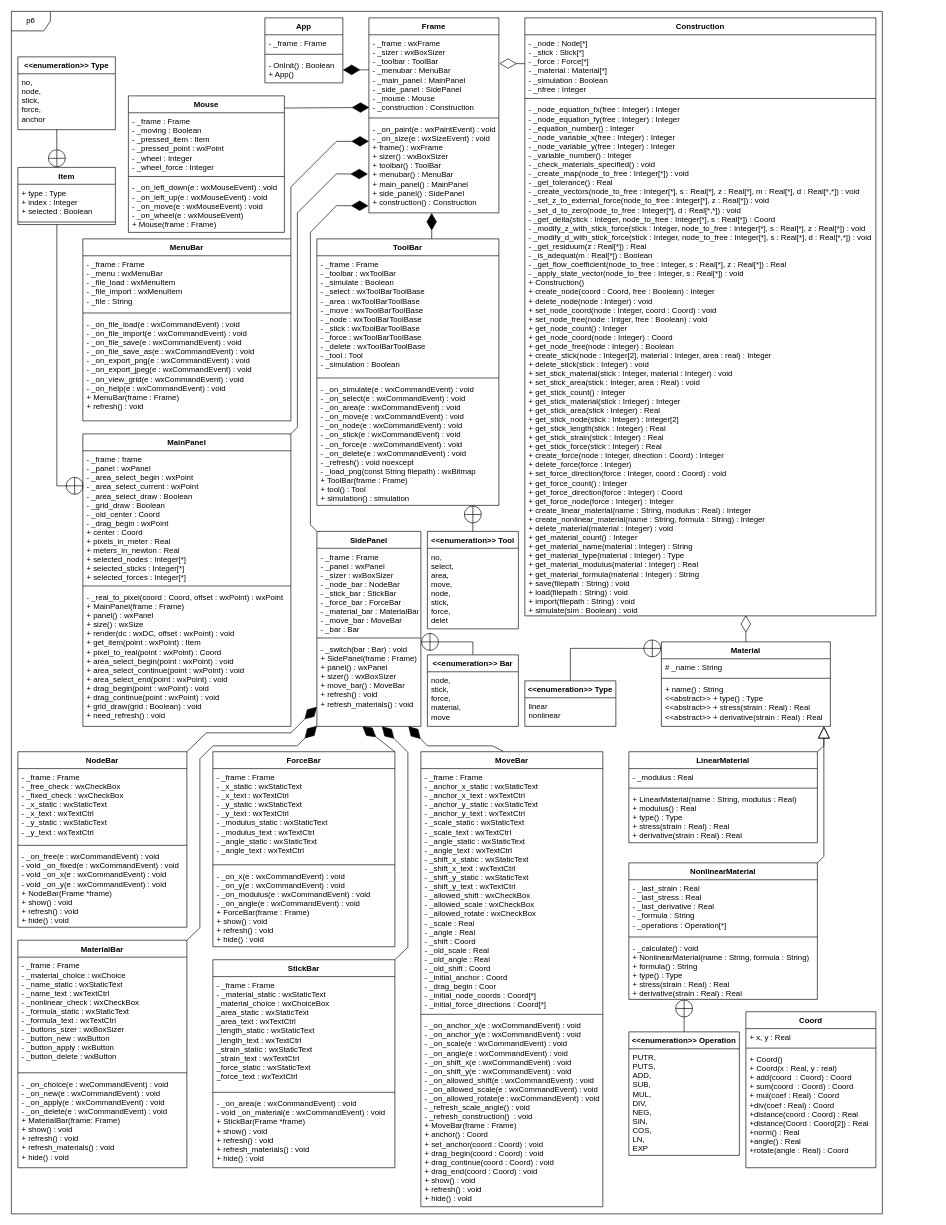
Earlier version of the draw.io diagram class_diagram.drawio (kyrylo-sovailo/P6). Source tidied: cells renumbered, new cells numbered last; positions are measured from the earlier drawing's top-left corner, leaving out a move shared by most shapes. Both pictures are drawn from the tidied source at 65%, with x=0, y=0 at pixel (11, 11).
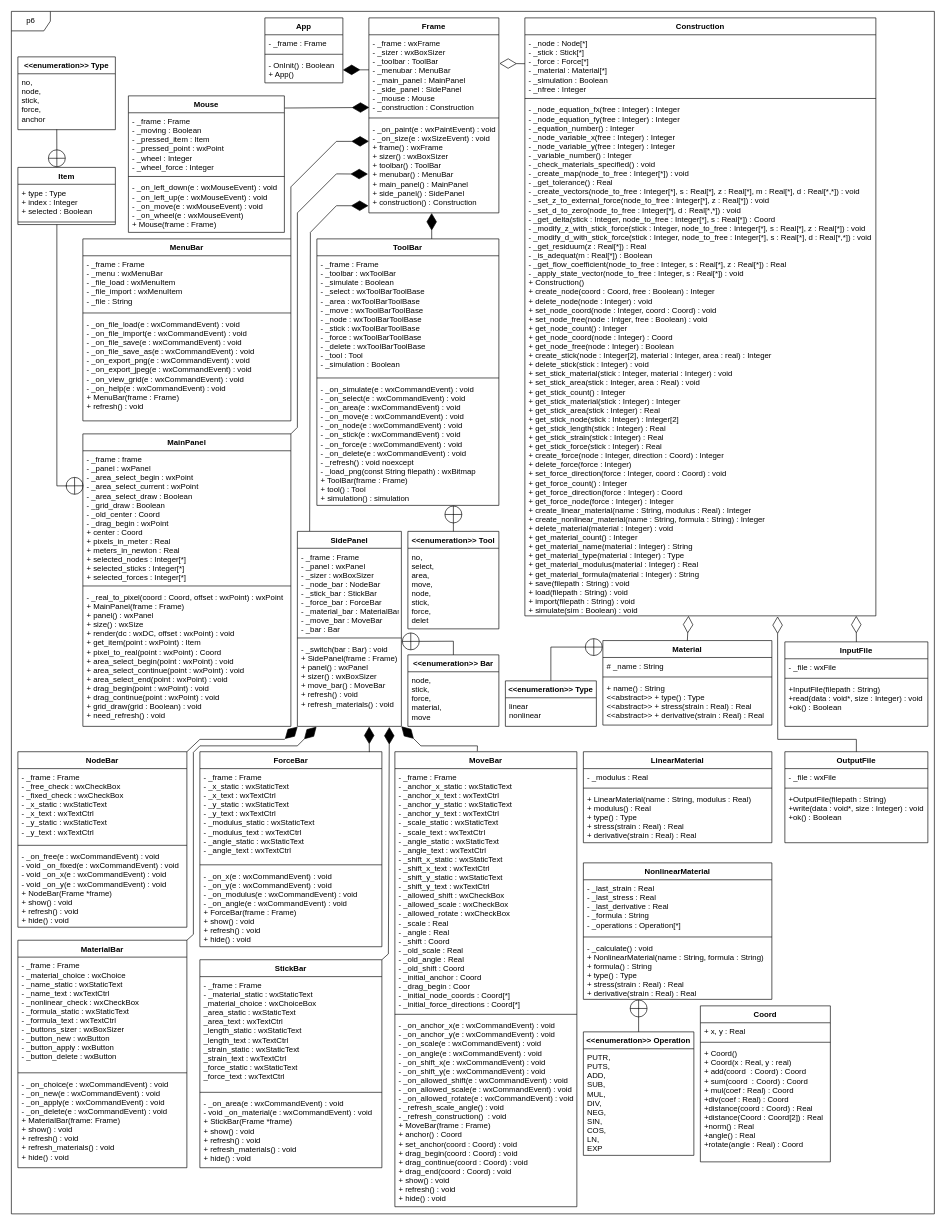
Above is the later version.

The change refers to these unchanged cells:
```xml
<mxCell id="6" value="- _node_equation_fx(free : Integer) : Integer&#10;- _node_equation_fy(free : Integer) : Integer&#10;- _equation_number() : Integer&#10;- _node_variable_x(free : Integer) : Integer&#10;- _node_variable_y(free : Integer) : Integer&#10;- _variable_number() : Integer&#10;- _check_materials_specified() : void&#10;- _create_map(node_to_free : Integer[*]) : void&#10;- _get_tolerance() : Real&#10;- _create_vectors(node_to_free : Integer[*], s : Real[*], z : Real[*], m : Real[*], d : Real[*,*]) : void&#10;- _set_z_to_external_force(node_to_free : Integer[*], z : Real[*]) : void&#10;- _set_d_to_zero(node_to_free : Integer[*], d : Real[*,*]) : void&#10;- _get_delta(stick : Integer, node_to_free : Integer[*], s : Real[*]) : Coord&#10;- _modify_z_with_stick_force(stick : Integer, node_to_free : Integer[*], s : Real[*], z : Real[*]) : void&#10;- _modify_d_with_stick_force(stick : Integer, node_to_free : Integer[*], s : Real[*], d : Real[*,*]) : void&#10;- _get_residuum(z : Real[*]) : Real&#10;- _is_adequat(m : Real[*]) : Boolean&#10;- _get_flow_coefficient(node_to_free : Integer, s : Real[*], z : Real[*]) : Real&#10;- _apply_state_vector(node_to_free : Integer, s : Real[*]) : void&#10;+ Construction()&#10;+ create_node(coord : Coord, free : Boolean) : Integer&#10;+ delete_node(node : Integer) : void&#10;+ set_node_coord(node : Integer, coord : Coord) : void&#10;+ set_node_free(node : Intger, free : Boolean) : void&#10;+ get_node_count() : Integer&#10;+ get_node_coord(node : Integer) : Coord&#10;+ get_node_free(node : Integer) : Boolean&#10;+ create_stick(node : Integer[2], material : Integer, area : real) : Integer&#10;+ delete_stick(stick : Integer) : void&#10;+ set_stick_material(stick : Integer, material : Integer) : void&#10;+ set_stick_area(stick : Integer, area : Real) : void&#10;+ get_stick_count() : Integer&#10;+ get_stick_material(stick : Integer) : Integer&#10;+ get_stick_area(stick : Integer) : Real&#10;+ get_stick_node(stick : Integer) : Integer[2]&#10;+ get_stick_length(stick : Integer) : Real&#10;+ get_stick_strain(stick : Integer) : Real&#10;+ get_stick_force(stick : Integer) : Real&#10;+ create_force(node : Integer, direction : Coord) : Integer&#10;+ delete_force(force : Integer)&#10;+ set_force_direction(force : Integer, coord : Coord) : void&#10;+ get_force_count() : Integer&#10;+ get_force_direction(force : Integer) : Coord&#10;+ get_force_node(force : Integer) : Integer&#10;+ create_linear_material(name : String, modulus : Real) : Integer&#10;+ create_nonlinear_material(name : String, formula : String) : Integer&#10;+ delete_material(material : Integer) : void&#10;+ get_material_count() : Integer&#10;+ get_material_name(material : Integer) : String&#10;+ get_material_type(material : Integer) : Type&#10;+ get_material_modulus(material : Integer) : Real&#10;+ get_material_formula(material : Integer) : String&#10;+ save(filepath : String) : void&#10;+ load(filepath : String) : void&#10;+ import(filepath : String) : void&#10;+ simulate(sim : Boolean) : void" style="text;strokeColor=none;fillColor=none;align=left;verticalAlign=top;spacingLeft=4;spacingRight=4;overflow=hidden;points=[[0,0.5],[1,0.5]];portConstraint=eastwest;" parent="3" vertex="1">
  <mxGeometry y="128" width="540" height="792" as="geometry" />
</mxCell>
<mxCell id="22" value="- _on_paint(e : wxPaintEvent) : void&#10;- _on_size(e : wxSizeEvent) : void&#10;+ frame() : wxFrame&#10;+ sizer() : wxBoxSizer&#10;+ toolbar() : ToolBar&#10;+ menubar() : MenuBar&#10;+ main_panel() : MainPanel&#10;+ side_panel() : SidePanel&#10;+ construction() : Construction" style="text;strokeColor=none;fillColor=none;align=left;verticalAlign=top;spacingLeft=4;spacingRight=4;overflow=hidden;points=[[0,0.5],[1,0.5]];portConstraint=eastwest;" parent="19" vertex="1">
  <mxGeometry y="158" width="200" height="142" as="geometry" />
</mxCell>
<mxCell id="34" value="+ name() : String&#10;&lt;&lt;abstract&gt;&gt; + type() : Type&#10;&lt;&lt;abstract&gt;&gt; + stress(strain : Real) : Real&#10;&lt;&lt;abstract&gt;&gt; + derivative(strain : Real) : Real" style="text;strokeColor=none;fillColor=none;align=left;verticalAlign=top;spacingLeft=4;spacingRight=4;overflow=hidden;points=[[0,0.5],[1,0.5]];portConstraint=eastwest;" parent="31" vertex="1">
  <mxGeometry y="60" width="260" height="70" as="geometry" />
</mxCell>
<mxCell id="35" value="MaterialBar" style="swimlane;fontStyle=1;align=center;verticalAlign=top;horizontal=1;startSize=26;" parent="1" vertex="1">
  <mxGeometry x="10" y="1429" width="260" height="350" as="geometry" />
</mxCell>
<mxCell id="51" value="NodeBar" style="swimlane;fontStyle=1;align=center;verticalAlign=top;horizontal=1;startSize=26;" parent="1" vertex="1">
  <mxGeometry x="10" y="1139" width="260" height="270" as="geometry" />
</mxCell>
<mxCell id="62" value="- _switch(bar : Bar) : void&#10;+ SidePanel(frame : Frame)&#10;+ panel() : wxPanel&#10;+ sizer() : wxBoxSizer&#10;+ move_bar() : MoveBar&#10;+ refresh() : void&#10;+ refresh_materials() : void" style="text;strokeColor=none;fillColor=none;align=left;verticalAlign=top;spacingLeft=4;spacingRight=4;overflow=hidden;points=[[0,0.5],[1,0.5]];portConstraint=eastwest;" parent="59" vertex="1">
  <mxGeometry y="168" width="160" height="132" as="geometry" />
</mxCell>
<mxCell id="67" value="ToolBar" style="swimlane;fontStyle=1;align=center;verticalAlign=top;horizontal=1;startSize=26;" parent="1" vertex="1">
  <mxGeometry x="470" y="350" width="280" height="410" as="geometry" />
</mxCell>
<mxCell id="70" value="- _on_simulate(e : wxCommandEvent) : void&#10;- _on_select(e : wxCommandEvent) : void&#10;- _on_area(e : wxCommandEvent) : void&#10;- _on_move(e : wxCommandEvent) : void&#10;- _on_node(e : wxCommandEvent) : void&#10;- _on_stick(e : wxCommandEvent) : void&#10;- _on_force(e : wxCommandEvent) : void&#10;- _on_delete(e : wxCommandEvent) : void&#10;- _refresh() : void noexcept&#10;- _load_png(const String filepath) : wxBitmap&#10;+ ToolBar(frame : Frame)&#10;+ tool() : Tool&#10;+ simulation() : simulation" style="text;strokeColor=none;fillColor=none;align=left;verticalAlign=top;spacingLeft=4;spacingRight=4;overflow=hidden;points=[[0,0.5],[1,0.5]];portConstraint=eastwest;" parent="67" vertex="1">
  <mxGeometry y="218" width="280" height="192" as="geometry" />
</mxCell>
```

The edit, as a diff of the source:
```diff
@@
     <mxCell id="2" value="p6" style="shape=umlFrame;whiteSpace=wrap;html=1;" parent="1" vertex="1">
-      <mxGeometry width="1340" height="1850" as="geometry" />
+      <mxGeometry width="1420" height="1850" as="geometry" />
     </mxCell>
@@
     <mxCell id="7" value="Coord" style="swimlane;fontStyle=1;align=center;verticalAlign=top;horizontal=1;startSize=26;" parent="1" vertex="1">
-      <mxGeometry x="1130" y="1539" width="200" height="240" as="geometry" />
+      <mxGeometry x="1060" y="1530" width="200" height="240" as="geometry" />
     </mxCell>
@@
     <mxCell id="15" value="ForceBar" style="swimlane;fontStyle=1;align=center;verticalAlign=top;horizontal=1;startSize=26;" parent="1" vertex="1">
-      <mxGeometry x="310" y="1139" width="280" height="300" as="geometry" />
+      <mxGeometry x="290" y="1139" width="280" height="300" as="geometry" />
     </mxCell>
@@
     <mxCell id="23" value="LinearMaterial" style="swimlane;fontStyle=1;align=center;verticalAlign=top;horizontal=1;startSize=26;" parent="1" vertex="1">
-      <mxGeometry x="950" y="1139" width="290" height="140" as="geometry" />
+      <mxGeometry x="880" y="1139" width="290" height="140" as="geometry" />
     </mxCell>
@@
     <mxCell id="31" value="Material" style="swimlane;fontStyle=1;align=center;verticalAlign=top;horizontal=1;startSize=26;" parent="1" vertex="1">
-      <mxGeometry x="1000" y="970" width="260" height="130" as="geometry" />
+      <mxGeometry x="910" y="968" width="260" height="130" as="geometry" />
     </mxCell>
@@
     <mxCell id="47" value="MoveBar" style="swimlane;fontStyle=1;align=center;verticalAlign=top;horizontal=1;startSize=26;" parent="1" vertex="1">
-      <mxGeometry x="630" y="1139" width="280" height="700" as="geometry" />
+      <mxGeometry x="590" y="1139" width="280" height="700" as="geometry" />
     </mxCell>
@@
     <mxCell id="55" value="NonlinearMaterial" style="swimlane;fontStyle=1;align=center;verticalAlign=top;horizontal=1;startSize=26;" parent="1" vertex="1">
-      <mxGeometry x="950" y="1310" width="290" height="210" as="geometry" />
+      <mxGeometry x="880" y="1310" width="290" height="210" as="geometry" />
     </mxCell>
@@
     <mxCell id="59" value="SidePanel" style="swimlane;fontStyle=1;align=center;verticalAlign=top;horizontal=1;startSize=26;" parent="1" vertex="1">
-      <mxGeometry x="470" y="800" width="160" height="300" as="geometry" />
+      <mxGeometry x="440" y="800" width="160" height="300" as="geometry" />
     </mxCell>
@@
     <mxCell id="63" value="StickBar" style="swimlane;fontStyle=1;align=center;verticalAlign=top;horizontal=1;startSize=26;" parent="1" vertex="1">
-      <mxGeometry x="310" y="1459" width="280" height="320" as="geometry" />
+      <mxGeometry x="290" y="1459" width="280" height="320" as="geometry" />
     </mxCell>
@@
-    <mxCell id="72" style="endArrow=block;endSize=16;endFill=0;html=1;rounded=0;exitX=1;exitY=0;exitDx=0;exitDy=0;" parent="1" edge="1" source="55">
-      <mxGeometry relative="1" as="geometry">
-        <mxPoint x="1250" y="1100" as="targetPoint" />
-        <Array as="points">
-          <mxPoint x="1250" y="1300" />
-        </Array>
-      </mxGeometry>
-    </mxCell>
-    <mxCell id="73" style="endArrow=block;endSize=16;endFill=0;html=1;rounded=0;exitX=1;exitY=0;exitDx=0;exitDy=0;entryX=0.962;entryY=1.002;entryDx=0;entryDy=0;entryPerimeter=0;" parent="1" edge="1" source="23" target="34">
-      <mxGeometry relative="1" as="geometry">
-        <Array as="points">
-          <mxPoint x="1250" y="1130" />
-        </Array>
-      </mxGeometry>
-    </mxCell>
     <mxCell id="74" value="&lt;&lt;enumeration&gt;&gt; Type" style="swimlane;fontStyle=1;horizontal=1;startSize=26;fillColor=none;" parent="1" vertex="1">
-      <mxGeometry x="790" y="1030" width="140" height="70" as="geometry" />
+      <mxGeometry x="760" y="1030" width="140" height="70" as="geometry" />
     </mxCell>
@@
     <mxCell id="76" style="endArrow=circlePlus;endFill=0;endSize=12;html=1;exitX=0.5;exitY=0;exitDx=0;exitDy=0;rounded=0;" parent="1" edge="1" source="77">
       <mxGeometry relative="1" as="geometry">
-        <mxPoint x="1035" y="1520" as="targetPoint" />
+        <mxPoint x="965" y="1520" as="targetPoint" />
       </mxGeometry>
     </mxCell>
     <mxCell id="77" value="&lt;&lt;enumeration&gt;&gt; Operation" style="swimlane;fontStyle=1;horizontal=1;startSize=26;fillColor=none;" parent="1" vertex="1">
-      <mxGeometry x="950" y="1570" width="170" height="190" as="geometry" />
+      <mxGeometry x="880" y="1570" width="170" height="190" as="geometry" />
     </mxCell>
@@
     <mxCell id="80" value="&lt;&lt;enumeration&gt;&gt; Bar" style="swimlane;fontStyle=1;horizontal=1;startSize=26;fillColor=none;" parent="1" vertex="1">
-      <mxGeometry x="640" y="990" width="140" height="110" as="geometry" />
+      <mxGeometry x="610" y="990" width="140" height="110" as="geometry" />
     </mxCell>
@@
-    <mxCell id="82" style="endArrow=circlePlus;endFill=0;endSize=12;html=1;exitX=0.5;exitY=0;exitDx=0;exitDy=0;rounded=0;" parent="1" edge="1" source="80">
+    <mxCell id="82" style="endArrow=circlePlus;endFill=0;endSize=12;html=1;exitX=0.5;exitY=0;exitDx=0;exitDy=0;rounded=0;entryX=1.003;entryY=0.01;entryDx=0;entryDy=0;entryPerimeter=0;" parent="1" edge="1" source="80" target="62">
       <mxGeometry relative="1" as="geometry">
-        <mxPoint x="630" y="970" as="targetPoint" />
         <Array as="points">
-          <mxPoint x="710" y="970" />
+          <mxPoint x="680" y="969" />
         </Array>
       </mxGeometry>
     </mxCell>
     <mxCell id="83" value="&lt;&lt;enumeration&gt;&gt; Tool" style="swimlane;fontStyle=1;horizontal=1;startSize=26;fillColor=none;" parent="1" vertex="1">
-      <mxGeometry x="640" y="800" width="140" height="150" as="geometry" />
+      <mxGeometry x="610" y="800" width="140" height="150" as="geometry" />
     </mxCell>
@@
-    <mxCell id="85" style="endArrow=circlePlus;endFill=0;endSize=12;html=1;exitX=0.5;exitY=0;exitDx=0;exitDy=0;rounded=0;entryX=0.857;entryY=1;entryDx=0;entryDy=0;entryPerimeter=0;" parent="1" edge="1" source="83" target="70">
+    <mxCell id="85" style="endArrow=circlePlus;endFill=0;endSize=12;html=1;exitX=0.5;exitY=0;exitDx=0;exitDy=0;rounded=0;entryX=0.75;entryY=1;entryDx=0;entryDy=0;" parent="1" edge="1" source="83" target="67">
       <mxGeometry relative="1" as="geometry" />
     </mxCell>
@@
-    <mxCell id="90" style="endArrow=diamondThin;endFill=1;endSize=24;html=1;rounded=0;exitX=0;exitY=0;exitDx=0;exitDy=0;entryX=-0.003;entryY=0.923;entryDx=0;entryDy=0;entryPerimeter=0;" parent="1" edge="1" source="59" target="22">
+    <mxCell id="90" style="endArrow=diamondThin;endFill=1;endSize=24;html=1;rounded=0;entryX=-0.003;entryY=0.923;entryDx=0;entryDy=0;entryPerimeter=0;exitX=0.118;exitY=-0.001;exitDx=0;exitDy=0;exitPerimeter=0;" parent="1" edge="1" source="59" target="22">
       <mxGeometry relative="1" as="geometry">
         <Array as="points">
-          <mxPoint x="460" y="790" />
           <mxPoint x="460" y="340" />
           <mxPoint x="500" y="299" />
         </Array>
       </mxGeometry>
     </mxCell>
-    <mxCell id="91" style="endArrow=diamondThin;endFill=1;endSize=24;html=1;exitX=0.453;exitY=-0.001;exitDx=0;exitDy=0;rounded=0;exitPerimeter=0;entryX=0.88;entryY=1;entryDx=0;entryDy=0;entryPerimeter=0;" parent="1" edge="1" source="47" target="62">
+    <mxCell id="91" style="endArrow=diamondThin;endFill=1;endSize=24;html=1;exitX=0.453;exitY=-0.001;exitDx=0;exitDy=0;rounded=0;exitPerimeter=0;entryX=1;entryY=1;entryDx=0;entryDy=0;entryPerimeter=0;" parent="1" edge="1" source="47" target="62">
       <mxGeometry relative="1" as="geometry">
         <Array as="points">
-          <mxPoint x="740" y="1130" />
-          <mxPoint x="640" y="1130" />
+          <mxPoint x="717" y="1130" />
+          <mxPoint x="630" y="1130" />
         </Array>
       </mxGeometry>
     </mxCell>
-    <mxCell id="92" style="endArrow=diamondThin;endFill=1;endSize=24;html=1;rounded=0;exitX=1;exitY=0;exitDx=0;exitDy=0;" parent="1" edge="1" source="63">
+    <mxCell id="92" style="endArrow=diamondThin;endFill=1;endSize=24;html=1;rounded=0;exitX=1;exitY=0;exitDx=0;exitDy=0;entryX=0.884;entryY=1.008;entryDx=0;entryDy=0;entryPerimeter=0;" parent="1" edge="1" source="63" target="62">
       <mxGeometry relative="1" as="geometry">
-        <mxPoint x="570" y="1100" as="targetPoint" />
         <Array as="points">
-          <mxPoint x="610" y="1440" />
-          <mxPoint x="610" y="1140" />
+          <mxPoint x="580" y="1450" />
         </Array>
       </mxGeometry>
     </mxCell>
-    <mxCell id="93" style="endArrow=diamondThin;endFill=1;endSize=24;html=1;exitX=1;exitY=0;exitDx=0;exitDy=0;rounded=0;entryX=0.438;entryY=1;entryDx=0;entryDy=0;entryPerimeter=0;" parent="1" edge="1" source="15" target="62">
+    <mxCell id="93" style="endArrow=diamondThin;endFill=1;endSize=24;html=1;rounded=0;entryX=0.69;entryY=1.004;entryDx=0;entryDy=0;entryPerimeter=0;exitX=0.931;exitY=0.002;exitDx=0;exitDy=0;exitPerimeter=0;" parent="1" edge="1" source="15" target="62">
       <mxGeometry relative="1" as="geometry" />
     </mxCell>
-    <mxCell id="94" style="endArrow=diamondThin;endFill=1;endSize=24;html=1;rounded=0;exitX=1;exitY=0;exitDx=0;exitDy=0;entryX=0;entryY=0.994;entryDx=0;entryDy=0;entryPerimeter=0;" parent="1" edge="1" source="35" target="62">
+    <mxCell id="94" style="endArrow=diamondThin;endFill=1;endSize=24;html=1;rounded=0;exitX=1;exitY=0;exitDx=0;exitDy=0;entryX=0.184;entryY=1.004;entryDx=0;entryDy=0;entryPerimeter=0;" parent="1" edge="1" source="35" target="62">
       <mxGeometry relative="1" as="geometry">
         <Array as="points">
-          <mxPoint x="290" y="1410" />
-          <mxPoint x="290" y="1150" />
-          <mxPoint x="310" y="1130" />
+          <mxPoint x="280" y="1420" />
+          <mxPoint x="280" y="1140" />
+          <mxPoint x="290" y="1130" />
           <mxPoint x="440" y="1130" />
         </Array>
       </mxGeometry>
     </mxCell>
-    <mxCell id="95" style="endArrow=diamondThin;endFill=1;endSize=24;html=1;rounded=0;exitX=1;exitY=0;exitDx=0;exitDy=0;" parent="1" edge="1" source="51">
+    <mxCell id="95" style="endArrow=diamondThin;endFill=1;endSize=24;html=1;rounded=0;exitX=1;exitY=0;exitDx=0;exitDy=0;entryX=0.002;entryY=1.004;entryDx=0;entryDy=0;entryPerimeter=0;" parent="1" edge="1" source="51" target="62">
       <mxGeometry relative="1" as="geometry">
-        <mxPoint x="470" y="1070" as="targetPoint" />
         <Array as="points">
-          <mxPoint x="300" y="1110" />
-          <mxPoint x="430" y="1110" />
+          <mxPoint x="290" y="1120" />
+          <mxPoint x="420" y="1120" />
         </Array>
       </mxGeometry>
     </mxCell>
     <mxCell id="96" style="endArrow=circlePlus;endFill=0;endSize=12;html=1;exitX=0.5;exitY=0;exitDx=0;exitDy=0;rounded=0;entryX=0;entryY=0.077;entryDx=0;entryDy=0;entryPerimeter=0;" parent="1" edge="1" source="74" target="31">
       <mxGeometry relative="1" as="geometry">
         <Array as="points">
-          <mxPoint x="860" y="980" />
+          <mxPoint x="830" y="978" />
         </Array>
       </mxGeometry>
     </mxCell>
-    <mxCell id="97" style="endArrow=diamondThin;endFill=0;endSize=24;html=1;exitX=0.5;exitY=0;exitDx=0;exitDy=0;" parent="1" edge="1" source="31">
-      <mxGeometry relative="1" as="geometry">
-        <mxPoint x="1130" y="929" as="targetPoint" />
-      </mxGeometry>
+    <mxCell id="97" style="endArrow=diamondThin;endFill=0;endSize=24;html=1;exitX=0.5;exitY=0;exitDx=0;exitDy=0;" parent="1" edge="1" source="31" target="6">
+      <mxGeometry relative="1" as="geometry" />
     </mxCell>
@@
+    <mxCell id="105" value="InputFile" style="swimlane;fontStyle=1;align=center;verticalAlign=top;horizontal=1;startSize=26;" parent="1" vertex="1">
+      <mxGeometry x="1190" y="970" width="220" height="130" as="geometry" />
+    </mxCell>
+    <mxCell id="106" value="- _file : wxFile" style="text;strokeColor=none;fillColor=none;align=left;verticalAlign=top;spacingLeft=4;spacingRight=4;overflow=hidden;" parent="105" vertex="1">
+      <mxGeometry y="26" width="220" height="26" as="geometry" />
+    </mxCell>
+    <mxCell id="107" style="line;strokeWidth=1;fillColor=none;align=left;verticalAlign=middle;spacingTop=-1;spacingLeft=3;spacingRight=3;labelPosition=right;" parent="105" vertex="1">
+      <mxGeometry y="52" width="220" height="8" as="geometry" />
+    </mxCell>
+    <mxCell id="108" value="+InputFile(filepath : String)&#10;+read(data : void*, size : Integer) : void&#10;+ok() : Boolean" style="text;strokeColor=none;fillColor=none;align=left;verticalAlign=top;spacingLeft=4;spacingRight=4;overflow=hidden;" parent="105" vertex="1">
+      <mxGeometry y="60" width="220" height="70" as="geometry" />
+    </mxCell>
+    <mxCell id="109" value="OutputFile" style="swimlane;fontStyle=1;align=center;verticalAlign=top;horizontal=1;startSize=26;" parent="1" vertex="1">
+      <mxGeometry x="1190" y="1139" width="220" height="140" as="geometry" />
+    </mxCell>
+    <mxCell id="110" value="- _file : wxFile" style="text;strokeColor=none;fillColor=none;align=left;verticalAlign=top;spacingLeft=4;spacingRight=4;overflow=hidden;" parent="109" vertex="1">
+      <mxGeometry y="26" width="220" height="26" as="geometry" />
+    </mxCell>
+    <mxCell id="111" style="line;strokeWidth=1;fillColor=none;align=left;verticalAlign=middle;spacingTop=-1;spacingLeft=3;spacingRight=3;labelPosition=right;" parent="109" vertex="1">
+      <mxGeometry y="52" width="220" height="8" as="geometry" />
+    </mxCell>
+    <mxCell id="112" value="+OutputFile(filepath : String)&#10;+write(data : void*, size : Integer) : void&#10;+ok() : Boolean" style="text;strokeColor=none;fillColor=none;align=left;verticalAlign=top;spacingLeft=4;spacingRight=4;overflow=hidden;" parent="109" vertex="1">
+      <mxGeometry y="60" width="220" height="80" as="geometry" />
+    </mxCell>
+    <mxCell id="113" style="endArrow=diamondThin;endFill=0;endSize=24;html=1;exitX=0.5;exitY=0;exitDx=0;exitDy=0;rounded=0;entryX=0.72;entryY=1.001;entryDx=0;entryDy=0;entryPerimeter=0;" parent="1" edge="1" source="109" target="6">
+      <mxGeometry relative="1" as="geometry">
+        <Array as="points">
+          <mxPoint x="1300" y="1120" />
+          <mxPoint x="1179" y="1120" />
+        </Array>
+      </mxGeometry>
+    </mxCell>
+    <mxCell id="114" style="endArrow=diamondThin;endFill=0;endSize=24;html=1;exitX=0.5;exitY=0;exitDx=0;exitDy=0;rounded=0;entryX=0.944;entryY=1;entryDx=0;entryDy=0;entryPerimeter=0;" parent="1" edge="1" source="105" target="6">
+      <mxGeometry relative="1" as="geometry" />
+    </mxCell>
```
